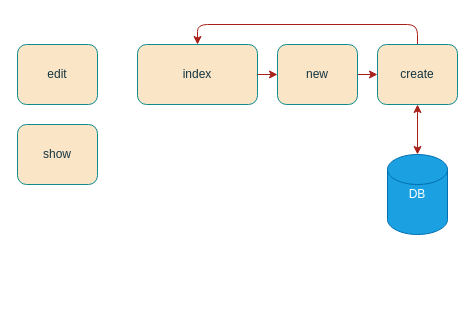
Above: docs/test.drawio in mirai1221/Task-management-system (draw.io), before the change. Source tidied: cells renumbered, new cells numbered last; positions are measured from the earlier drawing's top-left corner, leaving out a move shared by most shapes. Both pictures are drawn from the tidied source at 100%, with x=0, y=0 at pixel (17, 44).
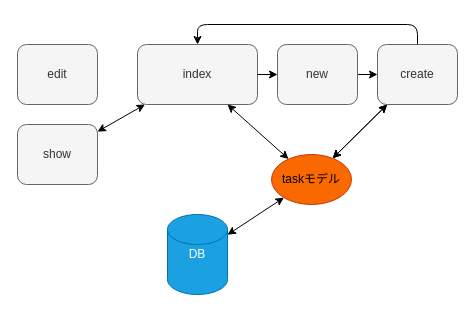
The same page after the edit.

Commit message:
モデルの追加

Change to the diagram source:
```diff
@@
-<mxGraphModel background="#FFFFFF">
+<mxGraphModel>
   <root>
     <mxCell id="0" />
     <mxCell id="1" parent="0" />
-    <mxCell id="2" value="index" style="whiteSpace=wrap;html=1;fillColor=#FAE5C7;strokeColor=#0F8B8D;fontColor=#143642;rounded=1;" parent="1" vertex="1">
+    <mxCell id="2" value="index" style="whiteSpace=wrap;html=1;labelBackgroundColor=none;rounded=1;fillColor=#f5f5f5;strokeColor=#666666;fontColor=#333333;" parent="1" vertex="1">
       <mxGeometry x="120" width="120" height="60" as="geometry" />
     </mxCell>
-    <mxCell id="3" value="show" style="whiteSpace=wrap;html=1;fillColor=#FAE5C7;strokeColor=#0F8B8D;fontColor=#143642;rounded=1;" parent="1" vertex="1">
+    <mxCell id="3" value="show" style="whiteSpace=wrap;html=1;rounded=1;fillColor=#f5f5f5;strokeColor=#666666;fontColor=#333333;" parent="1" vertex="1">
       <mxGeometry y="80" width="80" height="60" as="geometry" />
     </mxCell>
-    <mxCell id="4" value="edit" style="whiteSpace=wrap;html=1;fillColor=#FAE5C7;strokeColor=#0F8B8D;fontColor=#143642;rounded=1;" parent="1" vertex="1">
+    <mxCell id="4" value="edit" style="whiteSpace=wrap;html=1;rounded=1;fillColor=#f5f5f5;strokeColor=#666666;fontColor=#333333;" parent="1" vertex="1">
       <mxGeometry width="80" height="60" as="geometry" />
     </mxCell>
-    <mxCell id="5" style="edgeStyle=orthogonalEdgeStyle;jettySize=auto;html=1;exitX=1;exitY=0.5;exitDx=0;exitDy=0;entryX=0;entryY=0.5;entryDx=0;entryDy=0;fontColor=#143642;labelBackgroundColor=#DAD2D8;strokeColor=#A8201A;" parent="1" edge="1" source="6" target="10">
+    <mxCell id="5" style="edgeStyle=orthogonalEdgeStyle;jettySize=auto;html=1;exitX=1;exitY=0.5;exitDx=0;exitDy=0;entryX=0;entryY=0.5;entryDx=0;entryDy=0;" parent="1" edge="1" source="6" target="10">
       <mxGeometry relative="1" as="geometry" />
     </mxCell>
-    <mxCell id="6" value="new" style="whiteSpace=wrap;html=1;fillColor=#FAE5C7;strokeColor=#0F8B8D;fontColor=#143642;rounded=1;" parent="1" vertex="1">
+    <mxCell id="6" value="new" style="whiteSpace=wrap;html=1;rounded=1;fillColor=#f5f5f5;strokeColor=#666666;fontColor=#333333;" parent="1" vertex="1">
       <mxGeometry x="260" width="80" height="60" as="geometry" />
     </mxCell>
-    <mxCell id="7" value="DB" style="shape=cylinder2;whiteSpace=wrap;html=1;boundedLbl=1;backgroundOutline=1;size=15;fillColor=#1ba1e2;strokeColor=#006EAF;fontColor=#ffffff;rounded=1;" parent="1" vertex="1">
-      <mxGeometry x="370" y="110" width="60" height="80" as="geometry" />
+    <mxCell id="7" value="DB" style="shape=cylinder2;whiteSpace=wrap;html=1;boundedLbl=1;backgroundOutline=1;size=15;rounded=1;fillColor=#1ba1e2;strokeColor=#006EAF;fontColor=#ffffff;" parent="1" vertex="1">
+      <mxGeometry x="150" y="170" width="60" height="80" as="geometry" />
     </mxCell>
-    <mxCell id="8" style="endArrow=classic;html=1;fontColor=#143642;entryX=0;entryY=0.5;entryDx=0;entryDy=0;labelBackgroundColor=#DAD2D8;strokeColor=#A8201A;" parent="1" edge="1" source="2" target="6">
+    <mxCell id="8" style="endArrow=classic;html=1;entryX=0;entryY=0.5;entryDx=0;entryDy=0;" parent="1" edge="1" source="2" target="6">
       <mxGeometry relative="1" as="geometry" />
     </mxCell>
-    <mxCell id="9" style="edgeStyle=orthogonalEdgeStyle;jettySize=auto;html=1;exitX=0.5;exitY=0;exitDx=0;exitDy=0;entryX=0.5;entryY=0;entryDx=0;entryDy=0;fontColor=#143642;labelBackgroundColor=#DAD2D8;strokeColor=#A8201A;" parent="1" edge="1" source="10" target="2">
+    <mxCell id="9" style="edgeStyle=orthogonalEdgeStyle;jettySize=auto;html=1;exitX=0.5;exitY=0;exitDx=0;exitDy=0;entryX=0.5;entryY=0;entryDx=0;entryDy=0;" parent="1" edge="1" source="10" target="2">
       <mxGeometry relative="1" as="geometry" />
     </mxCell>
-    <mxCell id="10" value="create" style="whiteSpace=wrap;html=1;fillColor=#FAE5C7;strokeColor=#0F8B8D;fontColor=#143642;rounded=1;" parent="1" vertex="1">
+    <mxCell id="10" value="create" style="whiteSpace=wrap;html=1;rounded=1;fontColor=#333333;labelBackgroundColor=none;fillColor=#f5f5f5;strokeColor=#666666;" parent="1" vertex="1">
       <mxGeometry x="360" width="80" height="60" as="geometry" />
     </mxCell>
-    <mxCell id="11" style="endArrow=classic;startArrow=classic;html=1;fontColor=#143642;entryX=0.5;entryY=1;entryDx=0;entryDy=0;labelBackgroundColor=#DAD2D8;strokeColor=#A8201A;" parent="1" edge="1" source="7" target="10">
+    <mxCell id="11" style="endArrow=classic;startArrow=classic;html=1;" parent="1" edge="1" source="7" target="12">
       <mxGeometry relative="1" as="geometry" />
     </mxCell>
+    <mxCell id="12" value="&lt;font color=&quot;#000000&quot;&gt;taskモデル&lt;/font&gt;" style="ellipse;whiteSpace=wrap;html=1;rounded=1;fillColor=#fa6800;strokeColor=#C73500;fontColor=#ffffff;" parent="1" vertex="1">
+      <mxGeometry x="254" y="110" width="80" height="50" as="geometry" />
+    </mxCell>
+    <mxCell id="13" style="endArrow=classic;startArrow=classic;html=1;labelBorderColor=#FF3333;" parent="1" edge="1" source="12" target="10">
+      <mxGeometry relative="1" as="geometry" />
+    </mxCell>
+    <mxCell id="14" style="endArrow=classic;startArrow=classic;html=1;" parent="1" edge="1" source="12" target="10">
+      <mxGeometry relative="1" as="geometry" />
+    </mxCell>
+    <mxCell id="15" style="endArrow=classic;startArrow=classic;html=1;fontColor=#FFFFFF;" parent="1" edge="1" source="3" target="2">
+      <mxGeometry relative="1" as="geometry" />
+    </mxCell>
+    <mxCell id="16" style="endArrow=classic;startArrow=classic;html=1;fontColor=#FFFFFF;entryX=0.75;entryY=1;entryDx=0;entryDy=0;" parent="1" edge="1" source="12" target="2">
+      <mxGeometry relative="1" as="geometry" />
+    </mxCell>
   </root>
 </mxGraphModel>
```
